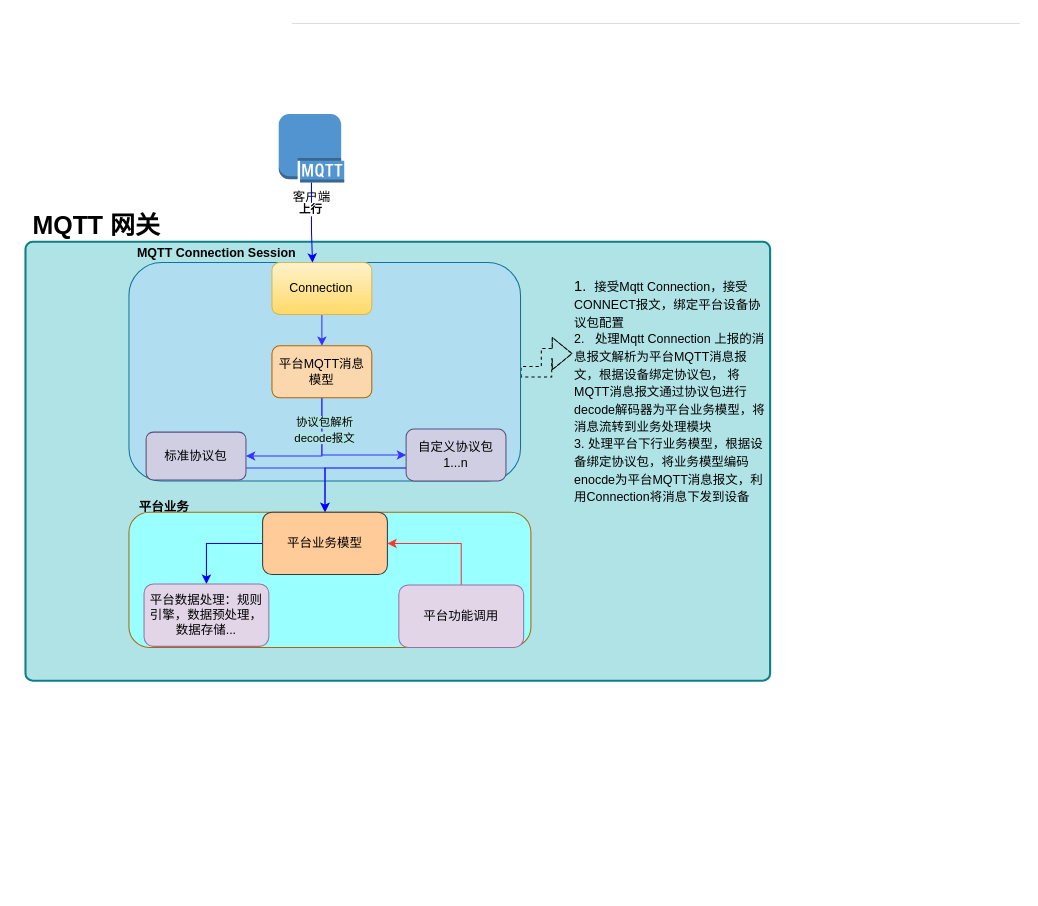
Before: gl.drawio in cqu20141693/draw.io, a draw.io diagram. Source tidied: cells renumbered, new cells numbered last; positions are measured from the earlier drawing's top-left corner, leaving out a move shared by most shapes. Both pictures are drawn from the tidied source at 104%, with x=0, y=0 at pixel (18, 18).
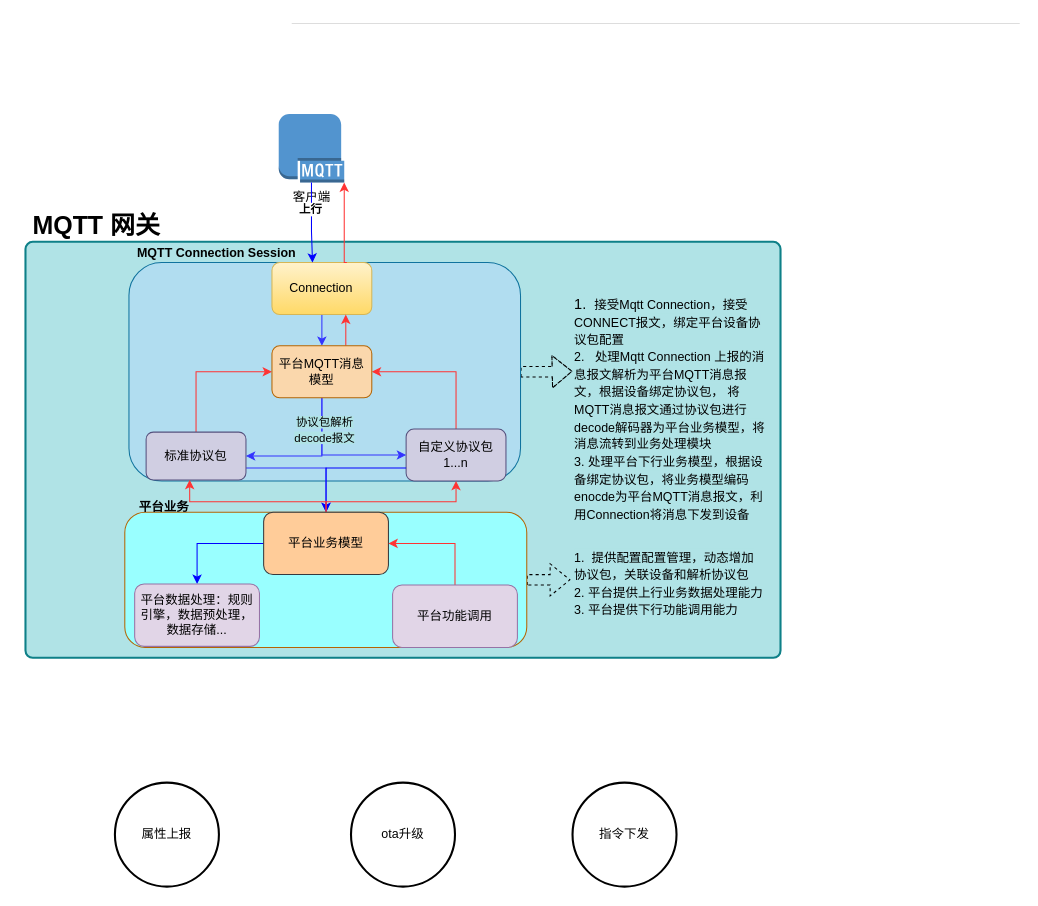
After the change.

Unchanged cells that the change refers to:
```xml
<mxCell id="2" value="客户端" style="outlineConnect=0;dashed=0;verticalLabelPosition=bottom;verticalAlign=top;align=center;html=1;shape=mxgraph.aws3.mqtt_protocol;fillColor=#5294CF;gradientColor=none;" parent="1" vertex="1">
  <mxGeometry x="250.5" y="92" width="63" height="66" as="geometry" />
</mxCell>
<mxCell id="6" style="rounded=1;whiteSpace=wrap;html=1;fillColor=#b1ddf0;strokeColor=#10739e;" parent="1" vertex="1">
  <mxGeometry x="106.5" y="235" width="376.5" height="210" as="geometry" />
</mxCell>
<mxCell id="9" style="rounded=1;whiteSpace=wrap;html=1;fillColor=#fff2cc;strokeColor=#d6b656;gradientColor=#ffd966;" parent="1" vertex="1">
  <mxGeometry x="244" y="235" width="96" height="50" as="geometry" />
</mxCell>
<mxCell id="14" value="标准协议包" style="rounded=1;whiteSpace=wrap;html=1;fillColor=#d0cee2;strokeColor=#56517e;" parent="1" vertex="1">
  <mxGeometry x="123" y="398" width="96" height="46" as="geometry" />
</mxCell>
<mxCell id="15" value="自定义协议包&lt;br&gt;1...n" style="rounded=1;whiteSpace=wrap;html=1;fillColor=#d0cee2;strokeColor=#56517e;" parent="1" vertex="1">
  <mxGeometry x="373" y="395" width="96" height="50" as="geometry" />
</mxCell>
<mxCell id="22" value="平台MQTT消息&lt;br&gt;模型" style="rounded=1;whiteSpace=wrap;html=1;fillColor=#fad7ac;strokeColor=#b46504;" parent="1" vertex="1">
  <mxGeometry x="244" y="315" width="96" height="50" as="geometry" />
</mxCell>
```

Change to the diagram source:
```diff
@@
     <mxCell id="3" style="rounded=1;whiteSpace=wrap;html=1;absoluteArcSize=1;arcSize=14;strokeWidth=2;fillColor=#b0e3e6;strokeColor=#0e8088;" parent="1" vertex="1">
-      <mxGeometry x="7" y="215" width="716" height="422" as="geometry" />
+      <mxGeometry x="7" y="215" width="726" height="400" as="geometry" />
     </mxCell>
@@
+    <mxCell id="30" style="edgeStyle=orthogonalEdgeStyle;rounded=0;jettySize=auto;html=1;entryX=1;entryY=1;entryDx=0;entryDy=0;entryPerimeter=0;strokeColor=#FF3333;exitX=0.75;exitY=0;exitDx=0;exitDy=0;" parent="1" edge="1" source="9" target="2">
+      <mxGeometry relative="1" as="geometry">
+        <Array as="points">
+          <mxPoint x="313" y="235" />
+        </Array>
+      </mxGeometry>
+    </mxCell>
@@
+    <mxCell id="31" style="edgeStyle=orthogonalEdgeStyle;rounded=0;jettySize=auto;html=1;entryX=0;entryY=0.5;entryDx=0;entryDy=0;exitX=0.5;exitY=0;exitDx=0;exitDy=0;strokeColor=#FF3333;" parent="1" edge="1" source="14" target="22">
+      <mxGeometry relative="1" as="geometry" />
+    </mxCell>
@@
+    <mxCell id="32" style="edgeStyle=orthogonalEdgeStyle;rounded=0;jettySize=auto;html=1;entryX=1;entryY=0.5;entryDx=0;entryDy=0;exitX=0.5;exitY=0;exitDx=0;exitDy=0;strokeColor=#FF3333;" parent="1" edge="1" source="15" target="22">
+      <mxGeometry relative="1" as="geometry" />
+    </mxCell>
@@
     <mxCell id="18" value="&lt;span style=&quot;background-color: rgb(176, 227, 230);&quot;&gt;1.&amp;nbsp; &lt;font style=&quot;font-size: 12px;&quot;&gt;接受Mqtt Connection，接受CONNECT报文，绑定平台设备协议包配置&lt;/font&gt;&lt;br&gt;&lt;span style=&quot;font-family: Arial, Helvetica; font-size: 12px; text-align: center;&quot;&gt;2.&amp;nbsp; &amp;nbsp;处理Mqtt Connection 上报的消息报文解析为平台MQTT消息报文，根据设备绑定协议包，&lt;/span&gt;&lt;span style=&quot;font-family: Arial, Helvetica; font-size: 12px; text-align: center;&quot;&gt;&amp;nbsp;将MQTT消息报文通过协议包进行decode解码器为平台业务模型，将消息流转到业务处理模块&lt;br&gt;3. 处理平台下行业务模型，根据设备绑定协议包，将业务模型编码enocde为平台MQTT消息报文，利用Connection将消息下发到设备&lt;br&gt;&lt;/span&gt;&lt;/span&gt;" style="strokeColor=none;fillColor=none;whiteSpace=wrap;html=1;align=left;verticalAlign=top;fontSize=14;" parent="1" vertex="1">
-      <mxGeometry x="533" y="242.5" width="190" height="160" as="geometry" />
+      <mxGeometry x="533" y="259.5" width="190" height="160" as="geometry" />
     </mxCell>
@@
+    <mxCell id="33" style="edgeStyle=orthogonalEdgeStyle;rounded=0;jettySize=auto;html=1;entryX=-0.011;entryY=0.407;entryDx=0;entryDy=0;entryPerimeter=0;shape=flexArrow;dashed=1;" parent="1" edge="1" source="21" target="37">
+      <mxGeometry relative="1" as="geometry" />
+    </mxCell>
     <mxCell id="21" style="rounded=1;whiteSpace=wrap;html=1;fillColor=#99FFFF;strokeColor=#b46504;" parent="1" vertex="1">
-      <mxGeometry x="106.5" y="475" width="386.5" height="130" as="geometry" />
+      <mxGeometry x="102.5" y="475" width="386.5" height="130" as="geometry" />
     </mxCell>
+    <mxCell id="34" style="edgeStyle=orthogonalEdgeStyle;rounded=0;orthogonalLoop=1;jettySize=auto;html=1;entryX=0.5;entryY=1;entryDx=0;entryDy=0;strokeColor=#FF3333;" parent="1" edge="1">
+      <mxGeometry relative="1" as="geometry">
+        <mxPoint x="315" y="315" as="sourcePoint" />
+        <mxPoint x="315" y="285" as="targetPoint" />
+      </mxGeometry>
+    </mxCell>
@@
+    <mxCell id="35" style="edgeStyle=orthogonalEdgeStyle;rounded=0;jettySize=auto;html=1;entryX=0.5;entryY=1;entryDx=0;entryDy=0;exitX=0.5;exitY=0;exitDx=0;exitDy=0;strokeColor=#FF3333;" parent="1" edge="1" source="25" target="15">
+      <mxGeometry relative="1" as="geometry">
+        <Array as="points">
+          <mxPoint x="296" y="465" />
+          <mxPoint x="421" y="465" />
+        </Array>
+      </mxGeometry>
+    </mxCell>
+    <mxCell id="36" style="edgeStyle=orthogonalEdgeStyle;rounded=0;jettySize=auto;html=1;entryX=0.155;entryY=0.995;entryDx=0;entryDy=0;entryPerimeter=0;strokeColor=#FF3333;" parent="1" edge="1" source="25" target="6">
+      <mxGeometry relative="1" as="geometry">
+        <Array as="points">
+          <mxPoint x="296" y="465" />
+          <mxPoint x="165" y="465" />
+        </Array>
+      </mxGeometry>
+    </mxCell>
     <mxCell id="25" value="平台业务模型" style="rounded=1;whiteSpace=wrap;html=1;fillColor=#ffcc99;strokeColor=#36393d;" parent="1" vertex="1">
-      <mxGeometry x="235" y="475" width="120" height="60" as="geometry" />
+      <mxGeometry x="236" y="475" width="120" height="60" as="geometry" />
     </mxCell>
@@
     <mxCell id="27" value="平台数据处理：规则引擎，数据预处理，数据存储..." style="rounded=1;whiteSpace=wrap;html=1;fillColor=#e1d5e7;strokeColor=#9673a6;" parent="1" vertex="1">
-      <mxGeometry x="121" y="544" width="120" height="60" as="geometry" />
+      <mxGeometry x="112" y="544" width="120" height="60" as="geometry" />
     </mxCell>
@@
     <mxCell id="29" value="平台功能调用" style="rounded=1;whiteSpace=wrap;html=1;fillColor=#e1d5e7;strokeColor=#9673a6;" parent="1" vertex="1">
-      <mxGeometry x="366" y="545" width="120" height="60" as="geometry" />
+      <mxGeometry x="360" y="545" width="120" height="60" as="geometry" />
     </mxCell>
+    <mxCell id="37" value="&lt;span style=&quot;background-color: rgb(176, 227, 230);&quot;&gt;&lt;span style=&quot;font-family: Arial, Helvetica; font-size: 12px; text-align: center;&quot;&gt;1.&amp;nbsp; 提供配置配置管理，动态增加协议包，关联设备和解析协议包&lt;br&gt;2. 平台提供上行业务数据处理能力&lt;br&gt;3. 平台提供下行功能调用能力&lt;br&gt;&lt;br&gt;&lt;/span&gt;&lt;/span&gt;" style="strokeColor=none;fillColor=none;whiteSpace=wrap;html=1;align=left;verticalAlign=top;fontSize=14;" parent="1" vertex="1">
+      <mxGeometry x="533" y="503" width="185" height="91" as="geometry" />
+    </mxCell>
+    <mxCell id="38" value="属性上报" style="strokeWidth=2;html=1;shape=mxgraph.flowchart.start_2;whiteSpace=wrap;" parent="1" vertex="1">
+      <mxGeometry x="93" y="735" width="100" height="100" as="geometry" />
+    </mxCell>
+    <mxCell id="39" value="ota升级" style="strokeWidth=2;html=1;shape=mxgraph.flowchart.start_2;whiteSpace=wrap;" parent="1" vertex="1">
+      <mxGeometry x="320" y="735" width="100" height="100" as="geometry" />
+    </mxCell>
+    <mxCell id="40" value="指令下发" style="strokeWidth=2;html=1;shape=mxgraph.flowchart.start_2;whiteSpace=wrap;" parent="1" vertex="1">
+      <mxGeometry x="533" y="735" width="100" height="100" as="geometry" />
+    </mxCell>
```
